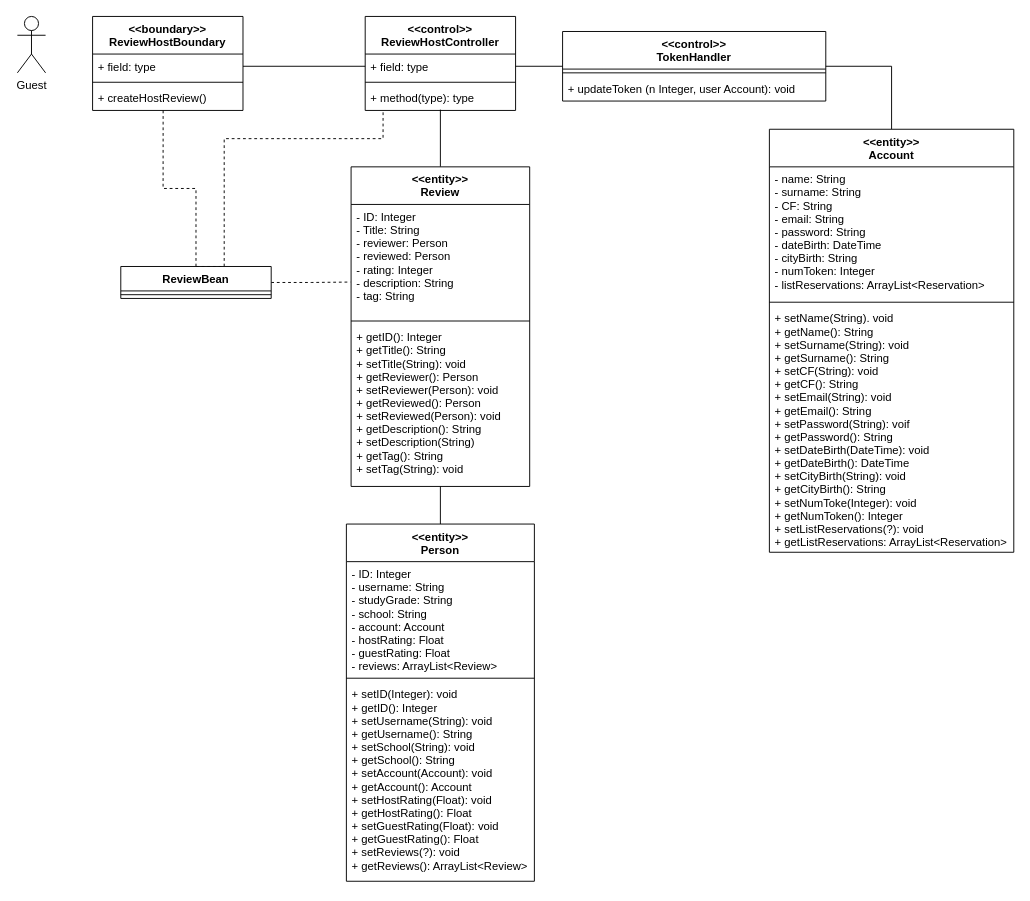
Above: Docs/VoPC/VoPC ReviewHost.drawio in nic-agos/DoveStudi (draw.io), before the change. Source tidied: cells renumbered, new cells numbered last; positions are measured from the earlier drawing's top-left corner, leaving out a move shared by most shapes. Both pictures are drawn from the tidied source at 94%, with x=0, y=0 at pixel (17, 16).
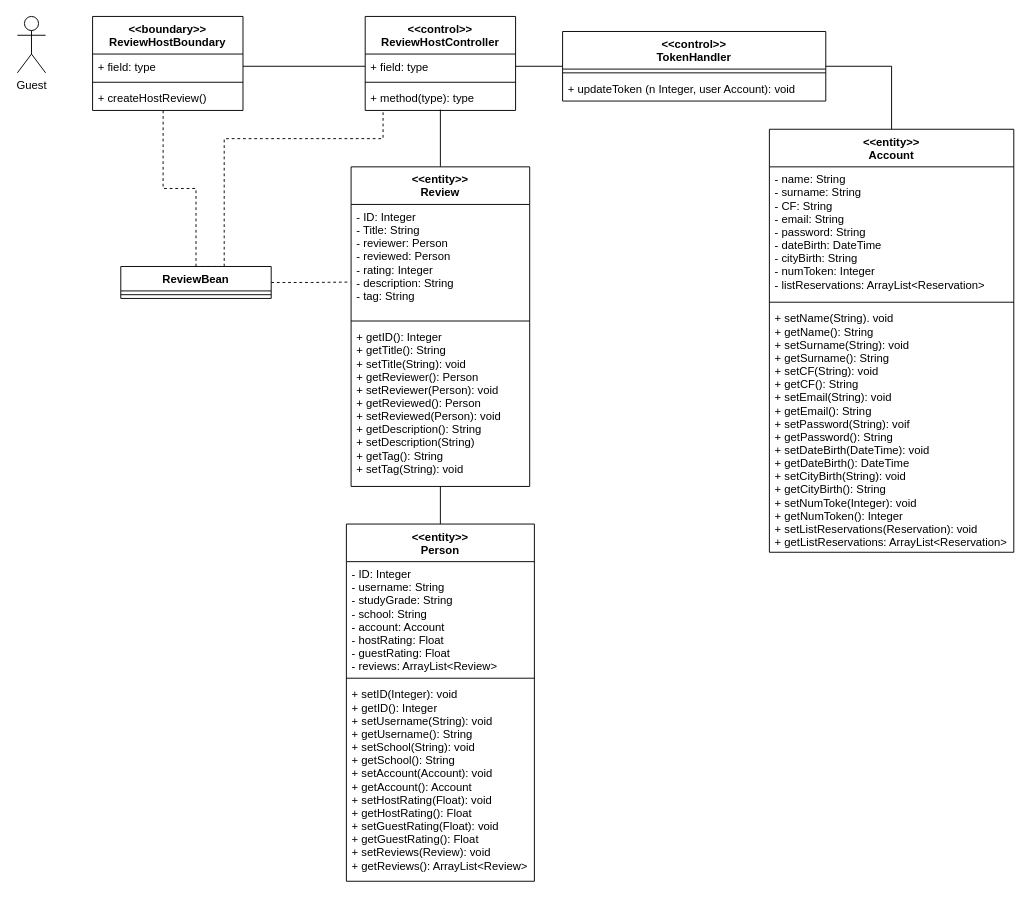
The same diagram, later.

Unchanged cells that the change refers to:
```xml
<mxCell id="26" value="&lt;&lt;entity&gt;&gt;&#10;Account" style="swimlane;fontStyle=1;align=center;verticalAlign=top;horizontal=1;startSize=40;" parent="1" vertex="1">
  <mxGeometry x="800" y="120" width="260" height="450" as="geometry" />
</mxCell>
<mxCell id="31" value="&lt;&lt;entity&gt;&gt;&#10;Person" style="swimlane;fontStyle=1;align=center;verticalAlign=top;horizontal=1;startSize=40;" parent="1" vertex="1">
  <mxGeometry x="350" y="540" width="200" height="380" as="geometry" />
</mxCell>
```

Change to the diagram source:
```diff
@@
-    <mxCell id="29" value="+ setName(String). void&#10;+ getName(): String&#10;+ setSurname(String): void&#10;+ getSurname(): String&#10;+ setCF(String): void&#10;+ getCF(): String&#10;+ setEmail(String): void&#10;+ getEmail(): String&#10;+ setPassword(String): voif&#10;+ getPassword(): String&#10;+ setDateBirth(DateTime): void&#10;+ getDateBirth(): DateTime&#10;+ setCityBirth(String): void&#10;+ getCityBirth(): String&#10;+ setNumToke(Integer): void&#10;+ getNumToken(): Integer&#10;+ setListReservations(?): void&#10;+ getListReservations: ArrayList&lt;Reservation&gt;&#10;&#10;" style="text;strokeColor=none;fillColor=none;align=left;verticalAlign=top;spacingLeft=4;spacingRight=4;overflow=hidden;" parent="26" vertex="1">
+    <mxCell id="29" value="+ setName(String). void&#10;+ getName(): String&#10;+ setSurname(String): void&#10;+ getSurname(): String&#10;+ setCF(String): void&#10;+ getCF(): String&#10;+ setEmail(String): void&#10;+ getEmail(): String&#10;+ setPassword(String): voif&#10;+ getPassword(): String&#10;+ setDateBirth(DateTime): void&#10;+ getDateBirth(): DateTime&#10;+ setCityBirth(String): void&#10;+ getCityBirth(): String&#10;+ setNumToke(Integer): void&#10;+ getNumToken(): Integer&#10;+ setListReservations(Reservation): void&#10;+ getListReservations: ArrayList&lt;Reservation&gt;&#10;&#10;" style="text;strokeColor=none;fillColor=none;align=left;verticalAlign=top;spacingLeft=4;spacingRight=4;overflow=hidden;" parent="26" vertex="1">
       <mxGeometry y="188" width="260" height="262" as="geometry" />
     </mxCell>
@@
-    <mxCell id="34" value="+ setID(Integer): void&#10;+ getID(): Integer&#10;+ setUsername(String): void&#10;+ getUsername(): String&#10;+ setSchool(String): void&#10;+ getSchool(): String&#10;+ setAccount(Account): void&#10;+ getAccount(): Account&#10;+ setHostRating(Float): void&#10;+ getHostRating(): Float&#10;+ setGuestRating(Float): void&#10;+ getGuestRating(): Float&#10;+ setReviews(?): void&#10;+ getReviews(): ArrayList&lt;Review&gt;" style="text;strokeColor=none;fillColor=none;align=left;verticalAlign=top;spacingLeft=4;spacingRight=4;overflow=hidden;" parent="31" vertex="1">
+    <mxCell id="34" value="+ setID(Integer): void&#10;+ getID(): Integer&#10;+ setUsername(String): void&#10;+ getUsername(): String&#10;+ setSchool(String): void&#10;+ getSchool(): String&#10;+ setAccount(Account): void&#10;+ getAccount(): Account&#10;+ setHostRating(Float): void&#10;+ getHostRating(): Float&#10;+ setGuestRating(Float): void&#10;+ getGuestRating(): Float&#10;+ setReviews(Review): void&#10;+ getReviews(): ArrayList&lt;Review&gt;" style="text;strokeColor=none;fillColor=none;align=left;verticalAlign=top;spacingLeft=4;spacingRight=4;overflow=hidden;" parent="31" vertex="1">
       <mxGeometry y="168" width="200" height="212" as="geometry" />
     </mxCell>
```
